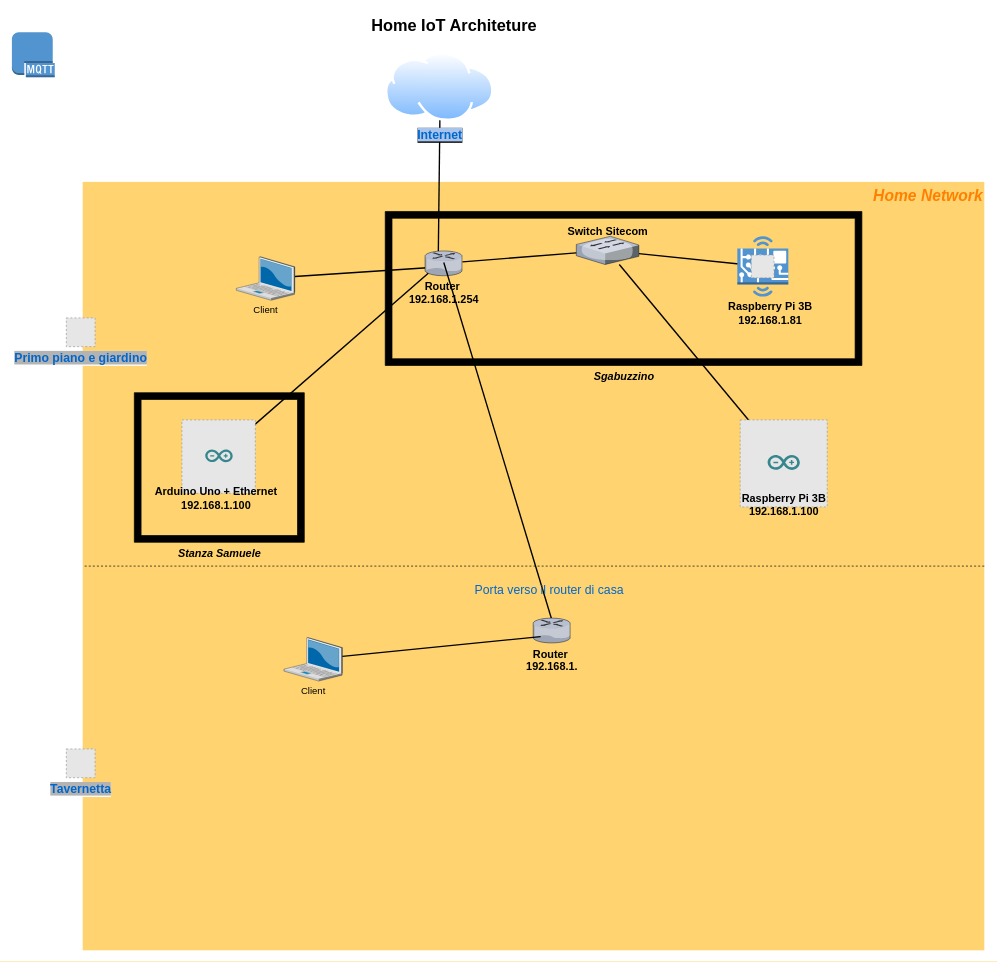
Before: drawio/design.drawio in lilpilgit/Kubernetes-Stuff, a draw.io diagram. Source tidied: cells renumbered, new cells numbered last; positions are measured from the earlier drawing's top-left corner, leaving out a move shared by most shapes. Both pictures are drawn from the tidied source at 68%, with x=0, y=0 at pixel (12, 12). Pictures stored in the file or linked from it are replaced by grey dashed boxes.
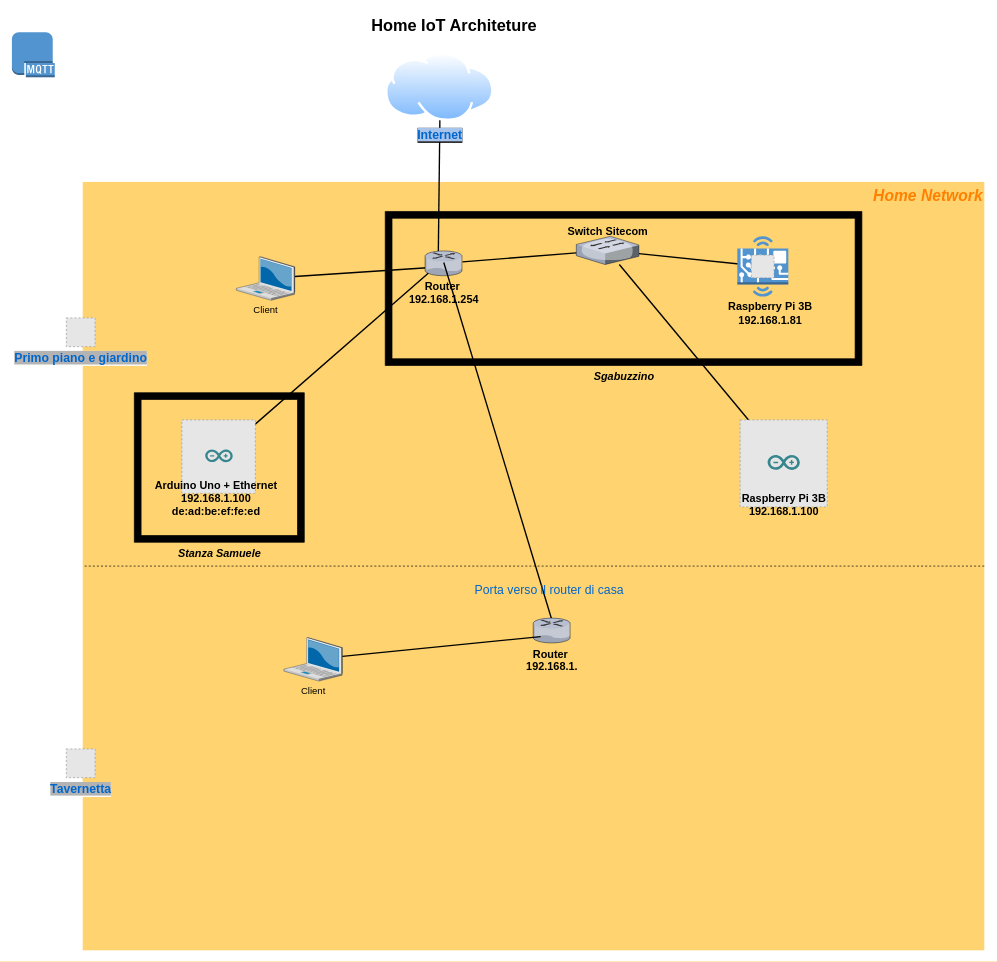
After the change.

The change refers to these unchanged cells:
```xml
<mxCell id="26" style="group;" parent="25" vertex="1">
  <mxGeometry x="50" y="40" width="175" height="150" as="geometry" />
</mxCell>
```

Change to the diagram source:
```diff
@@
-    <mxCell id="30" value="&lt;font color=&quot;#000000&quot; style=&quot;font-size: 16px;&quot;&gt;&lt;b&gt;Arduino Uno + Ethernet&lt;br&gt;192.168.1.100&lt;/b&gt;&lt;/font&gt;" style="text;html=1;align=center;verticalAlign=middle;strokeColor=none;fillColor=none;fontColor=#FF8000;" parent="26" vertex="1">
-      <mxGeometry x="-30" y="90" width="200" height="50" as="geometry" />
+    <mxCell id="30" value="&lt;font color=&quot;#000000&quot; style=&quot;font-size: 16px;&quot;&gt;&lt;b&gt;Arduino Uno + Ethernet&lt;br&gt;192.168.1.100&lt;br&gt;&lt;/b&gt;&lt;/font&gt;&lt;b&gt;&lt;font color=&quot;#000000&quot; style=&quot;font-size: 16px;&quot;&gt;de:ad:be:ef:fe:ed&lt;/font&gt;&lt;/b&gt;&lt;font color=&quot;#000000&quot; style=&quot;font-size: 16px;&quot;&gt;&lt;b&gt;&lt;br&gt;&lt;/b&gt;&lt;/font&gt;" style="text;html=1;align=center;verticalAlign=middle;strokeColor=none;fillColor=none;fontColor=#FF8000;" parent="26" vertex="1">
+      <mxGeometry x="-30" y="80" width="200" height="70" as="geometry" />
     </mxCell>
```
